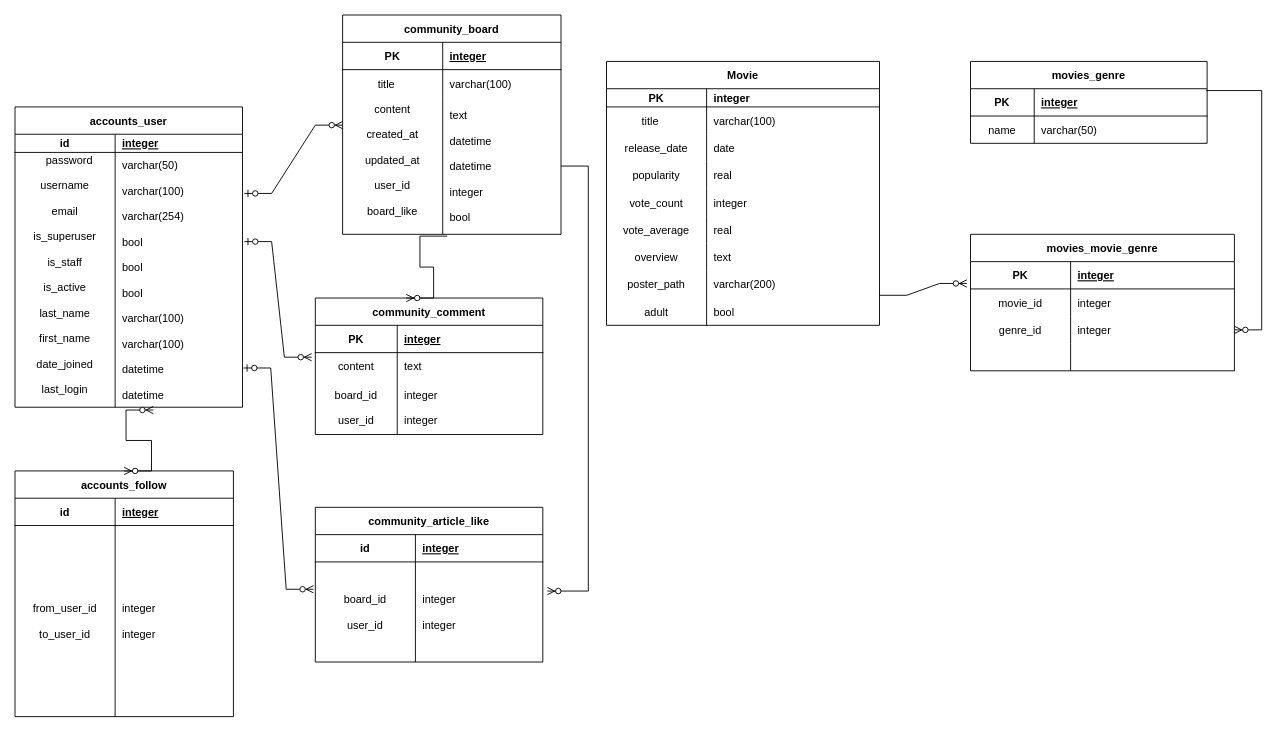
Before: 제목 없는 다이어그램.drawio in hunsang-you/algo_prac, a draw.io diagram. Source tidied: cells renumbered, new cells numbered last; positions are measured from the earlier drawing's top-left corner, leaving out a move shared by most shapes. Both pictures are drawn from the tidied source at 91%, with x=0, y=0 at pixel (15, 15).
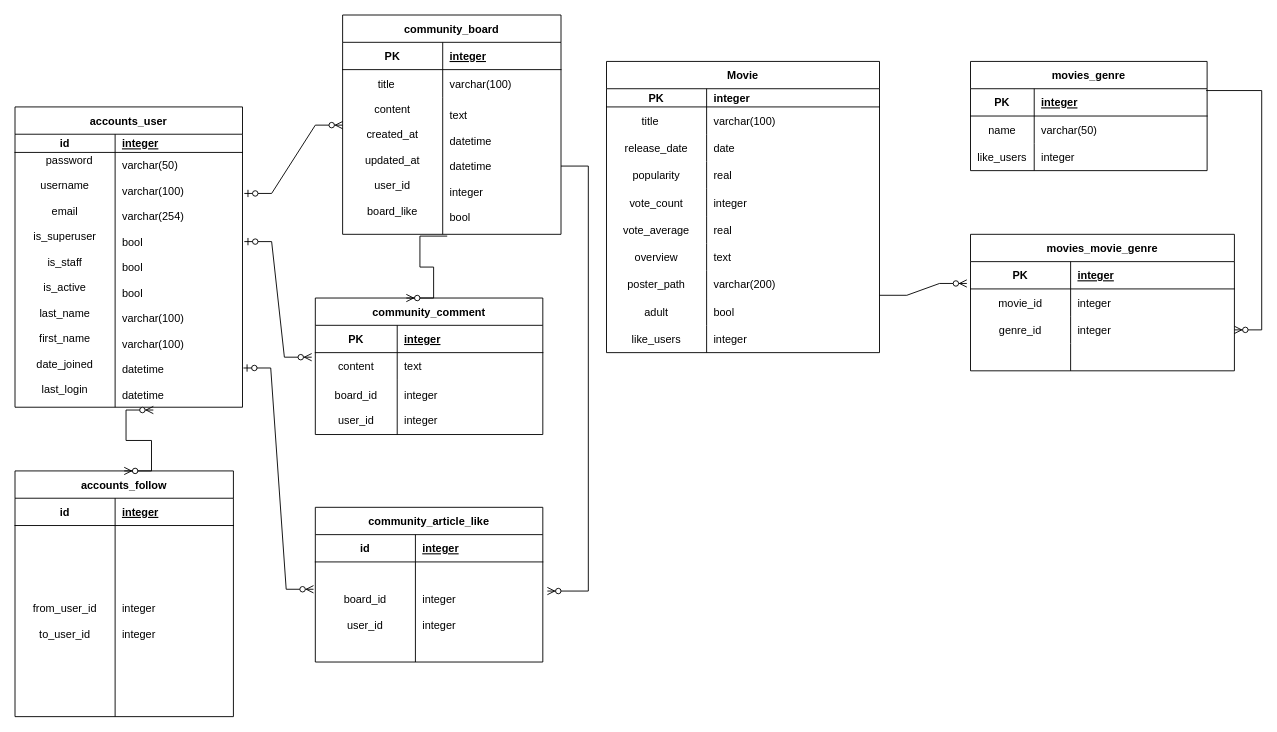
The same page after the edit.

Commit message:
제목 없는 다이어그램.drawio 업데이트

What changed in the source:
```diff
@@
     <mxCell id="49" value="Movie" style="shape=table;startSize=30;childLayout=tableLayout;rowLines=0;fontStyle=1;align=center;strokeColor=default;fontFamily=Helvetica;fontSize=12;fontColor=default;fillColor=none;" parent="1" vertex="1">
-      <mxGeometry x="650" y="51" width="300" height="290" as="geometry" />
+      <mxGeometry x="650" y="51" width="300" height="320" as="geometry" />
     </mxCell>
@@
+    <mxCell id="99" style="shape=tableRow;horizontal=0;startSize=0;swimlaneHead=0;swimlaneBody=0;fillColor=none;top=0;left=0;right=0;bottom=0;" parent="49" vertex="1">
+      <mxGeometry y="290" width="300" height="30" as="geometry" />
+    </mxCell>
+    <mxCell id="100" value="like_users" style="shape=partialRectangle;fillColor=none;top=0;left=0;bottom=0;right=0;overflow=hidden;" parent="99" vertex="1">
+      <mxGeometry width="110" height="30" as="geometry" />
+    </mxCell>
+    <mxCell id="101" value="integer" style="shape=partialRectangle;fillColor=none;top=0;left=0;bottom=0;right=0;align=left;spacingLeft=6;overflow=hidden;" parent="99" vertex="1">
+      <mxGeometry x="110" width="190" height="30" as="geometry" />
+    </mxCell>
     <mxCell id="77" value="movies_genre" style="shape=table;startSize=30;childLayout=tableLayout;rowLines=0;fontStyle=1;align=center;strokeColor=default;fontFamily=Helvetica;fontSize=12;fontColor=default;fillColor=none;" parent="1" vertex="1">
-      <mxGeometry x="1050" y="51" width="260" height="90" as="geometry" />
+      <mxGeometry x="1050" y="51" width="260" height="120" as="geometry" />
     </mxCell>
@@
+    <mxCell id="102" style="shape=tableRow;horizontal=0;startSize=0;swimlaneHead=0;swimlaneBody=0;fillColor=none;top=0;left=0;right=0;bottom=0;" parent="77" vertex="1">
+      <mxGeometry y="90" width="260" height="30" as="geometry" />
+    </mxCell>
+    <mxCell id="103" value="like_users" style="shape=partialRectangle;fillColor=none;top=0;left=0;bottom=0;right=0;overflow=hidden;" parent="102" vertex="1">
+      <mxGeometry width="70" height="30" as="geometry" />
+    </mxCell>
+    <mxCell id="104" value="integer" style="shape=partialRectangle;fillColor=none;top=0;left=0;bottom=0;right=0;align=left;spacingLeft=6;overflow=hidden;" parent="102" vertex="1">
+      <mxGeometry x="70" width="190" height="30" as="geometry" />
+    </mxCell>
```
